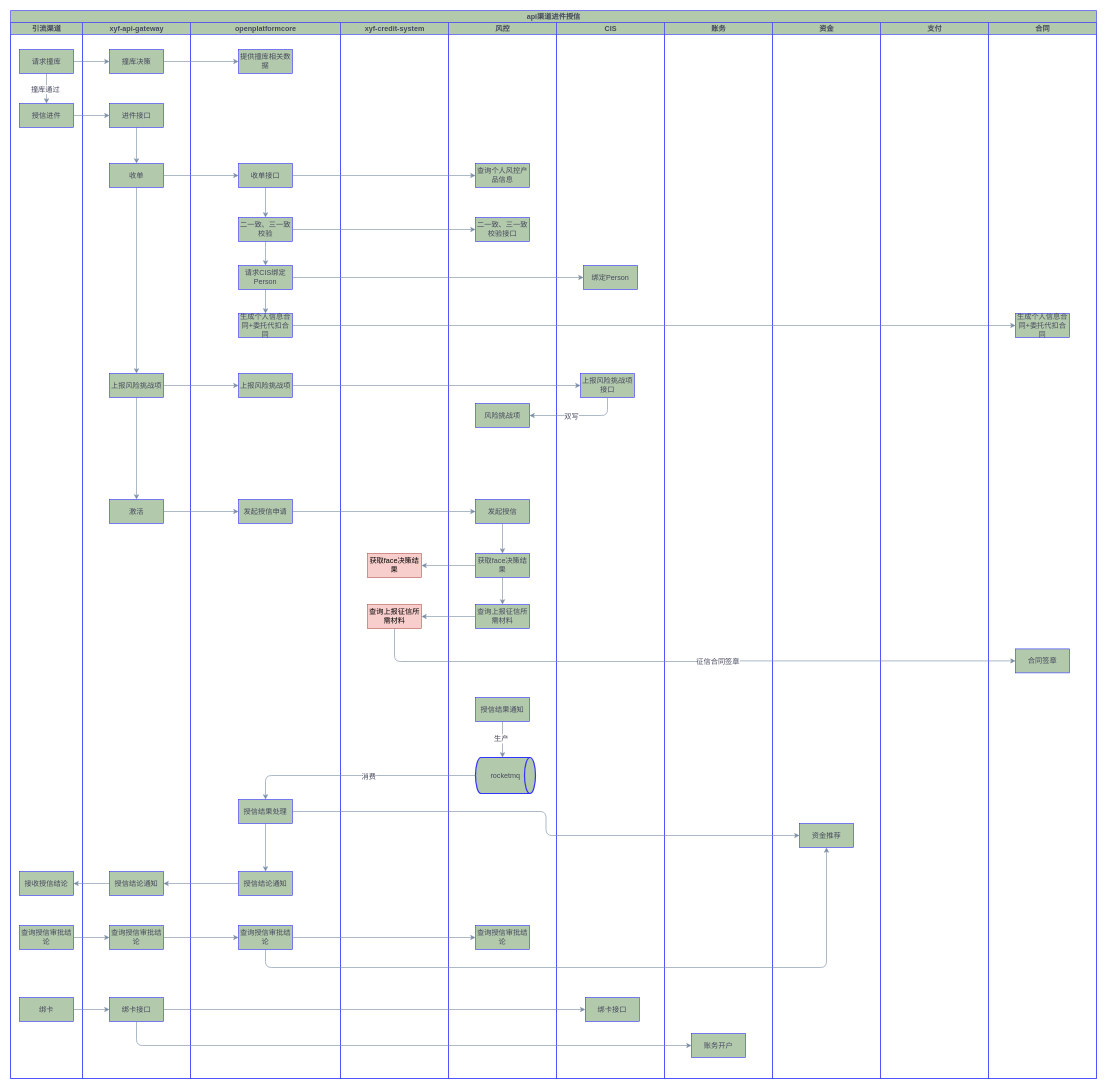
yuanlj-tea/picgo keeps this draw.io diagram as api产品中心-贷前.drawio. Above is the earlier version. Source tidied: cells renumbered, new cells numbered last; positions are measured from the earlier drawing's top-left corner, leaving out a move shared by most shapes. Both pictures are drawn from the tidied source at 60%, with x=0, y=0 at pixel (10, 10).
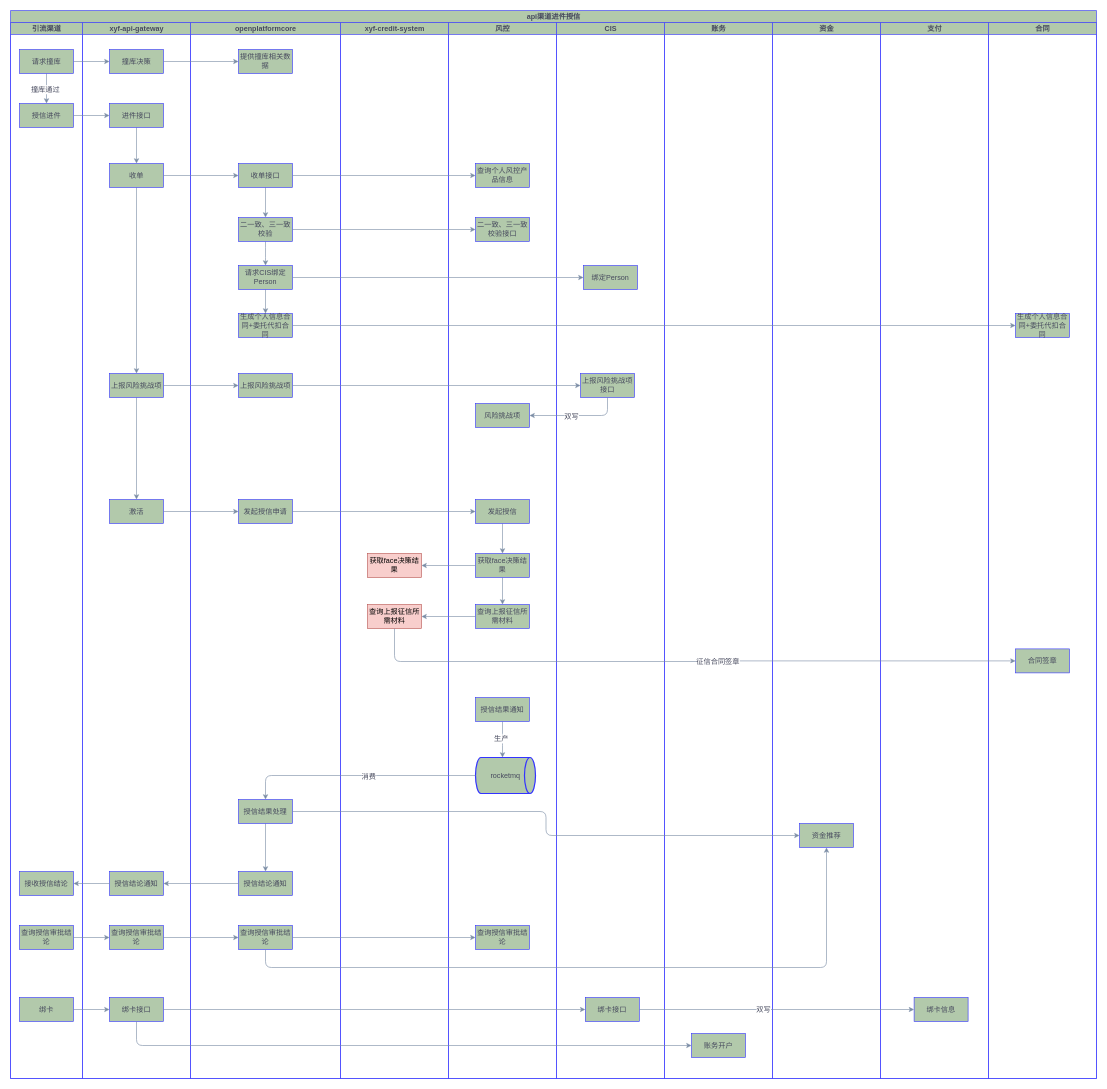
Above is the later version.

Commit message:
更新api产品中心-贷前.drawio

The change refers to these unchanged cells:
```xml
<mxCell id="2" value="api渠道进件授信" style="swimlane;startSize=20;html=1;labelBackgroundColor=none;fillColor=#B2C9AB;strokeColor=#3333FF;fontColor=#46495D;" parent="1" vertex="1">
  <mxGeometry width="1810" height="1780" as="geometry" />
</mxCell>
<mxCell id="58" value="绑卡接口" style="rounded=0;whiteSpace=wrap;html=1;labelBackgroundColor=none;strokeColor=#3333FF;align=center;verticalAlign=middle;fontFamily=Helvetica;fontSize=12;fontColor=#46495D;startSize=20;fillColor=#B2C9AB;" parent="55" vertex="1">
  <mxGeometry x="48" y="1625" width="90" height="40" as="geometry" />
</mxCell>
<mxCell id="63" value="支付" style="swimlane;startSize=20;html=1;labelBackgroundColor=none;fillColor=#B2C9AB;strokeColor=#3333FF;fontColor=#46495D;" parent="2" vertex="1">
  <mxGeometry x="1450" y="20" width="180" height="1760" as="geometry" />
</mxCell>
```

Change to the diagram source:
```diff
@@
+    <mxCell id="97" value="绑卡信息" style="rounded=0;whiteSpace=wrap;html=1;labelBackgroundColor=none;strokeColor=#3333FF;align=center;verticalAlign=middle;fontFamily=Helvetica;fontSize=12;fontColor=#46495D;startSize=20;fillColor=#B2C9AB;" parent="63" vertex="1">
+      <mxGeometry x="56" y="1625" width="90" height="40" as="geometry" />
+    </mxCell>
@@
+    <mxCell id="98" style="edgeStyle=orthogonalEdgeStyle;shape=connector;curved=0;rounded=1;jettySize=auto;html=1;entryX=0;entryY=0.5;entryDx=0;entryDy=0;labelBackgroundColor=default;strokeColor=#788AA3;align=center;verticalAlign=middle;fontFamily=Helvetica;fontSize=12;fontColor=#46495D;endArrow=classic;startSize=20;fillColor=#B2C9AB;" parent="2" edge="1" source="58" target="97">
+      <mxGeometry relative="1" as="geometry" />
+    </mxCell>
+    <mxCell id="99" value="双写" style="edgeLabel;html=1;align=center;verticalAlign=middle;fontSize=12;fontFamily=Helvetica;fontColor=#46495D;" parent="98" vertex="1">
+      <mxGeometry x="-0.1" y="1" relative="1" as="geometry" />
+    </mxCell>
```
